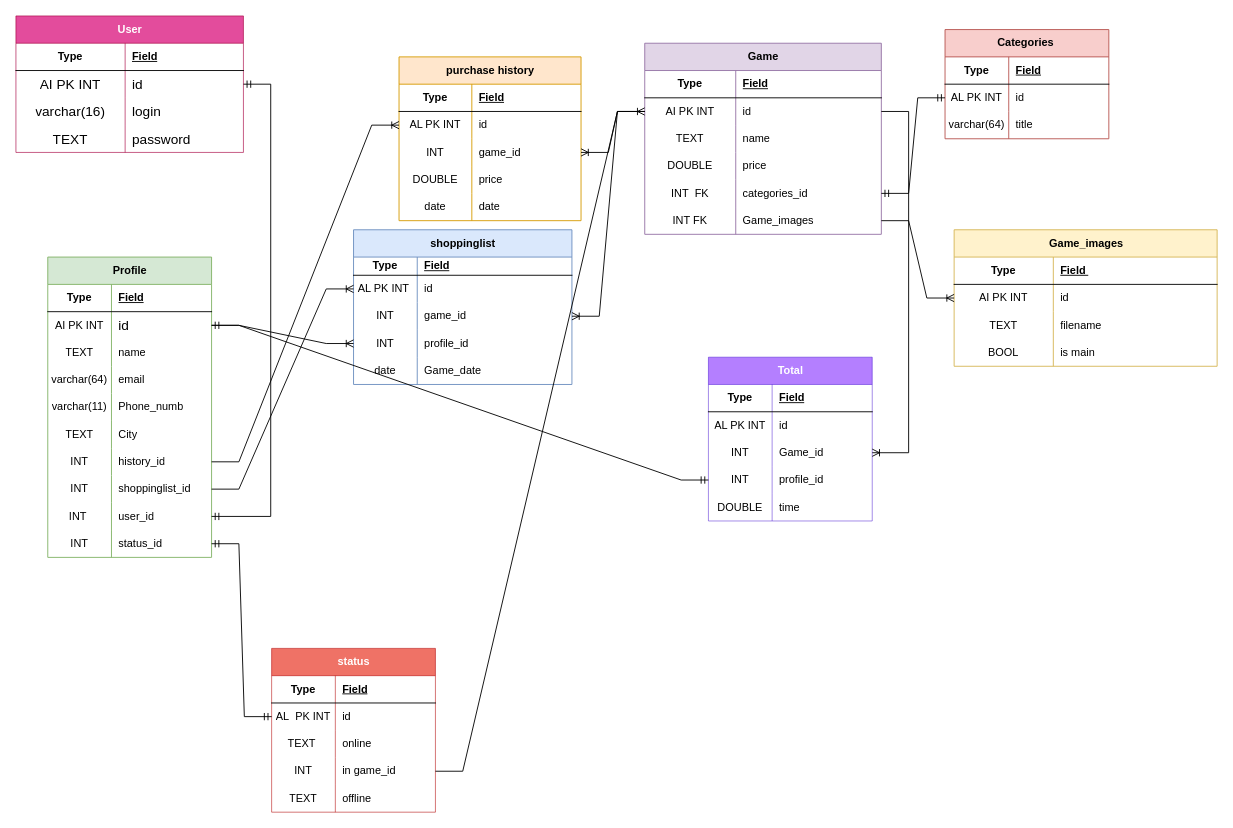
david371k/7.09.23 keeps this draw.io diagram as Диаграмма без названия.drawio. Above is the earlier version. Source tidied: cells renumbered, new cells numbered last; positions are measured from the earlier drawing's top-left corner, leaving out a move shared by most shapes. Both pictures are drawn from the tidied source at 91%, with x=0, y=0 at pixel (15, 15).
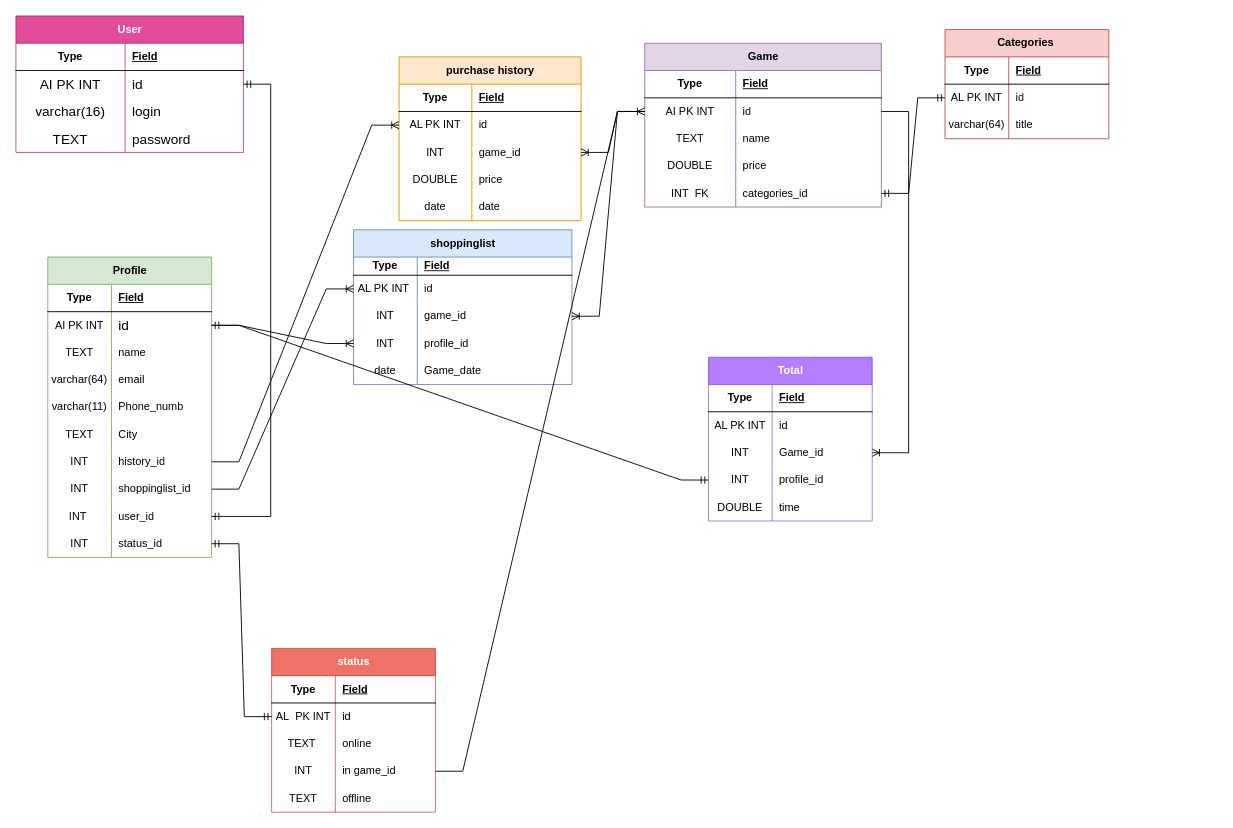
The same page after the edit.

The edit, as a diff of the source:
```diff
@@
     <mxCell id="47" value="Game" style="shape=table;startSize=30;childLayout=tableLayout;rowLines=0;fontStyle=1;align=center;html=1;fillColor=#e1d5e7;strokeColor=#9673a6;" parent="1" vertex="1">
-      <mxGeometry x="691" y="30" width="260" height="210" as="geometry" />
+      <mxGeometry x="691" y="30" width="260" height="180" as="geometry" />
     </mxCell>
@@
-    <mxCell id="63" style="shape=tableRow;horizontal=0;startSize=0;swimlaneHead=0;swimlaneBody=0;fillColor=none;points=[[0,0.5],[1,0.5]];portConstraint=eastwest;top=0;left=0;right=0;bottom=0;" parent="47" vertex="1">
-      <mxGeometry y="180" width="260" height="30" as="geometry" />
-    </mxCell>
-    <mxCell id="64" value="INT FK" style="shape=partialRectangle;fillColor=none;top=0;left=0;bottom=0;right=0;overflow=hidden;whiteSpace=wrap;html=1;" parent="63" vertex="1">
-      <mxGeometry width="100" height="30" as="geometry" />
-    </mxCell>
-    <mxCell id="65" value="Game_images" style="shape=partialRectangle;fillColor=none;top=0;left=0;bottom=0;right=0;align=left;spacingLeft=6;overflow=hidden;whiteSpace=wrap;html=1;" parent="63" vertex="1">
-      <mxGeometry x="100" width="160" height="30" as="geometry" />
-    </mxCell>
@@
-    <mxCell id="77" value="Game_images" style="shape=table;startSize=30;childLayout=tableLayout;rowLines=0;fontStyle=1;align=center;html=1;fillColor=#fff2cc;strokeColor=#d6b656;" parent="1" vertex="1">
-      <mxGeometry x="1031" y="235" width="289" height="150" as="geometry" />
-    </mxCell>
-    <mxCell id="78" style="shape=tableRow;horizontal=0;startSize=0;swimlaneHead=0;swimlaneBody=0;fillColor=none;top=0;left=0;right=0;bottom=1;" parent="77" vertex="1">
-      <mxGeometry y="30" width="289" height="30" as="geometry" />
-    </mxCell>
-    <mxCell id="79" value="Type" style="shape=partialRectangle;fillColor=none;top=0;left=0;bottom=0;right=0;fontStyle=1;overflow=hidden;whiteSpace=wrap;html=1;" parent="78" vertex="1">
-      <mxGeometry width="109" height="30" as="geometry" />
-    </mxCell>
-    <mxCell id="80" value="Field&amp;nbsp;" style="shape=partialRectangle;fillColor=none;top=0;left=0;bottom=0;right=0;align=left;spacingLeft=6;fontStyle=5;overflow=hidden;whiteSpace=wrap;html=1;" parent="78" vertex="1">
-      <mxGeometry x="109" width="180" height="30" as="geometry" />
-    </mxCell>
-    <mxCell id="81" style="shape=tableRow;horizontal=0;startSize=0;swimlaneHead=0;swimlaneBody=0;fillColor=none;points=[[0,0.5],[1,0.5]];portConstraint=eastwest;top=0;left=0;right=0;bottom=0;" parent="77" vertex="1">
-      <mxGeometry y="60" width="289" height="30" as="geometry" />
-    </mxCell>
-    <mxCell id="82" value="AI PK INT" style="shape=partialRectangle;fillColor=none;top=0;left=0;bottom=0;right=0;overflow=hidden;whiteSpace=wrap;html=1;" parent="81" vertex="1">
-      <mxGeometry width="109" height="30" as="geometry" />
-    </mxCell>
-    <mxCell id="83" value="id" style="shape=partialRectangle;fillColor=none;top=0;left=0;bottom=0;right=0;align=left;spacingLeft=6;overflow=hidden;whiteSpace=wrap;html=1;" parent="81" vertex="1">
-      <mxGeometry x="109" width="180" height="30" as="geometry" />
-    </mxCell>
-    <mxCell id="84" style="shape=tableRow;horizontal=0;startSize=0;swimlaneHead=0;swimlaneBody=0;fillColor=none;top=0;left=0;right=0;bottom=0;" parent="77" vertex="1">
-      <mxGeometry y="90" width="289" height="30" as="geometry" />
-    </mxCell>
-    <mxCell id="85" value="TEXT" style="shape=partialRectangle;fillColor=none;top=0;left=0;bottom=0;right=0;overflow=hidden;whiteSpace=wrap;html=1;" parent="84" vertex="1">
-      <mxGeometry width="109" height="30" as="geometry" />
-    </mxCell>
-    <mxCell id="86" value="filename" style="shape=partialRectangle;fillColor=none;top=0;left=0;bottom=0;right=0;align=left;spacingLeft=6;overflow=hidden;whiteSpace=wrap;html=1;" parent="84" vertex="1">
-      <mxGeometry x="109" width="180" height="30" as="geometry" />
-    </mxCell>
-    <mxCell id="87" style="shape=tableRow;horizontal=0;startSize=0;swimlaneHead=0;swimlaneBody=0;fillColor=none;top=0;left=0;right=0;bottom=0;" parent="77" vertex="1">
-      <mxGeometry y="120" width="289" height="30" as="geometry" />
-    </mxCell>
-    <mxCell id="88" value="BOOL" style="shape=partialRectangle;fillColor=none;top=0;left=0;bottom=0;right=0;overflow=hidden;whiteSpace=wrap;html=1;" parent="87" vertex="1">
-      <mxGeometry width="109" height="30" as="geometry" />
-    </mxCell>
-    <mxCell id="89" value="is main" style="shape=partialRectangle;fillColor=none;top=0;left=0;bottom=0;right=0;align=left;spacingLeft=6;overflow=hidden;whiteSpace=wrap;html=1;" parent="87" vertex="1">
-      <mxGeometry x="109" width="180" height="30" as="geometry" />
-    </mxCell>
-    <mxCell id="90" style="edgeStyle=entityRelationEdgeStyle;fontSize=12;html=1;endArrow=ERoneToMany;rounded=0;exitX=1;exitY=0.5;exitDx=0;exitDy=0;" parent="1" edge="1" source="63" target="81">
-      <mxGeometry relative="1" as="geometry" />
-    </mxCell>
```
